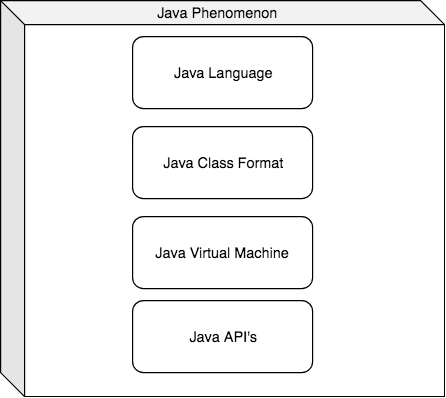
Earlier version of the draw.io export Java/ResourcesFiles/Pictures/JavaReadMe/JavaPhenomenon.png (charankumarpalla/laughing-buddha). Source tidied: cells renumbered, new cells last; positions are measured from the earlier drawing's top-left corner, leaving out a move shared by most shapes.
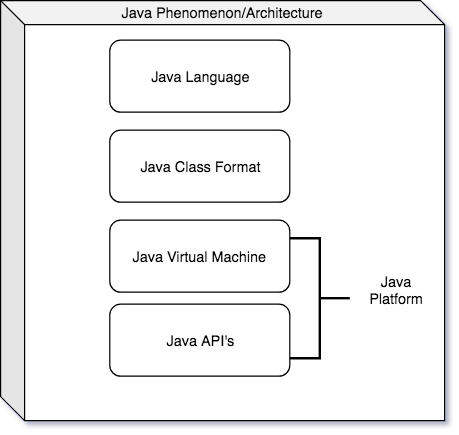
Later version of the same file.

Diff of the diagram source:
```diff
@@ -3,7 +3,7 @@
     <mxCell id="0" />
     <mxCell id="1" parent="0" />
     <mxCell id="2" style="shape=cube;whiteSpace=wrap;html=1;boundedLbl=1;backgroundOutline=1;darkOpacity=0.05;darkOpacity2=0.1;" parent="1" vertex="1">
-      <mxGeometry width="370" height="330" as="geometry" />
+      <mxGeometry x="19" y="-3" width="370" height="350" as="geometry" />
     </mxCell>
     <mxCell id="3" value="Java Language" style="rounded=1;whiteSpace=wrap;html=1;" parent="1" vertex="1">
       <mxGeometry x="110" y="30" width="150" height="60" as="geometry" />
@@ -17,8 +17,14 @@
     <mxCell id="6" value="Java API's" style="rounded=1;whiteSpace=wrap;html=1;" parent="1" vertex="1">
       <mxGeometry x="110" y="250" width="150" height="60" as="geometry" />
     </mxCell>
-    <mxCell id="7" value="Java Phenomenon&lt;br&gt;&lt;br&gt;" style="text;html=1;strokeColor=none;fillColor=none;align=center;verticalAlign=middle;whiteSpace=wrap;rounded=0;" parent="1" vertex="1">
-      <mxGeometry x="100" y="7" width="160" height="20" as="geometry" />
+    <mxCell id="7" value="Java Phenomenon/Architecture&lt;br&gt;" style="text;html=1;strokeColor=none;fillColor=none;align=center;verticalAlign=middle;whiteSpace=wrap;rounded=0;" parent="1" vertex="1">
+      <mxGeometry x="89" y="-3" width="230" height="20" as="geometry" />
     </mxCell>
+    <mxCell id="8" style="strokeWidth=2;html=1;shape=mxgraph.flowchart.annotation_2;align=left;direction=west;" parent="1" vertex="1">
+      <mxGeometry x="260" y="195" width="50" height="100" as="geometry" />
+    </mxCell>
+    <mxCell id="9" value="Java Platform&lt;br&gt;&lt;br&gt;" style="text;html=1;strokeColor=none;fillColor=none;align=center;verticalAlign=middle;whiteSpace=wrap;rounded=0;" parent="1" vertex="1">
+      <mxGeometry x="329" y="235" width="40" height="20" as="geometry" />
+    </mxCell>
   </root>
 </mxGraphModel>
```
